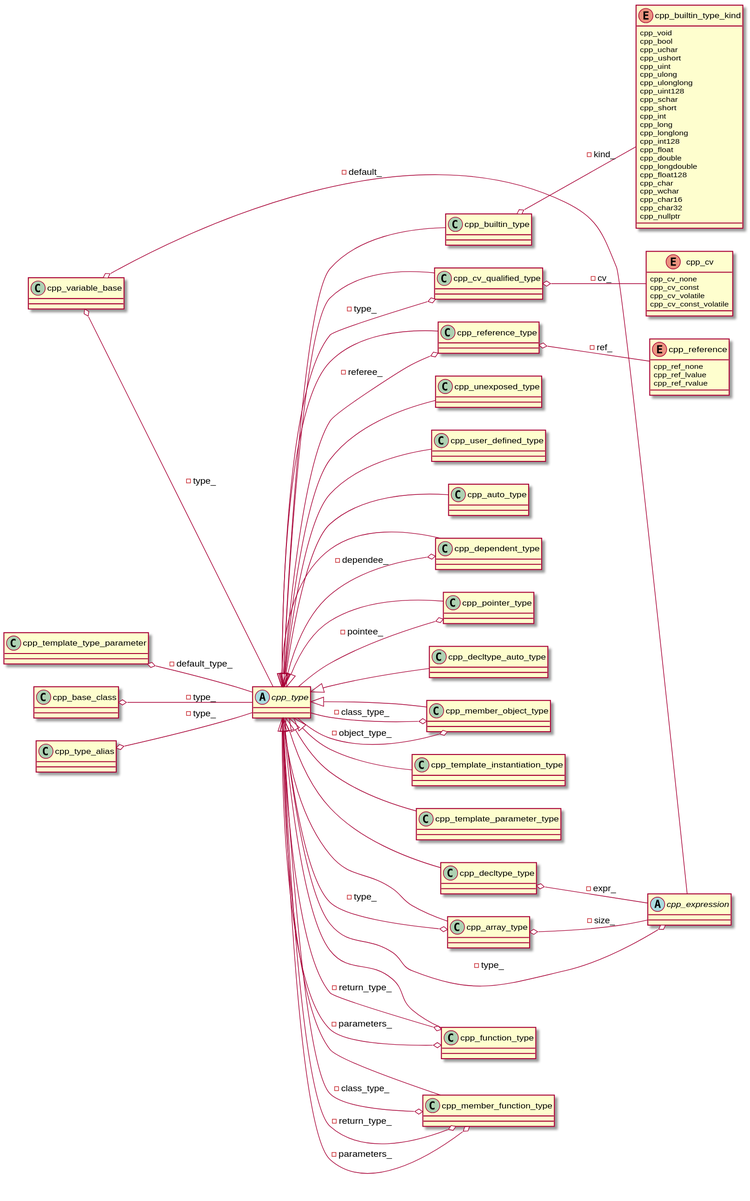
The PlantUML diagram cppast/puml/cpp_type_class_diagram.svg in bkryza/clang-uml-examples, before a commit.
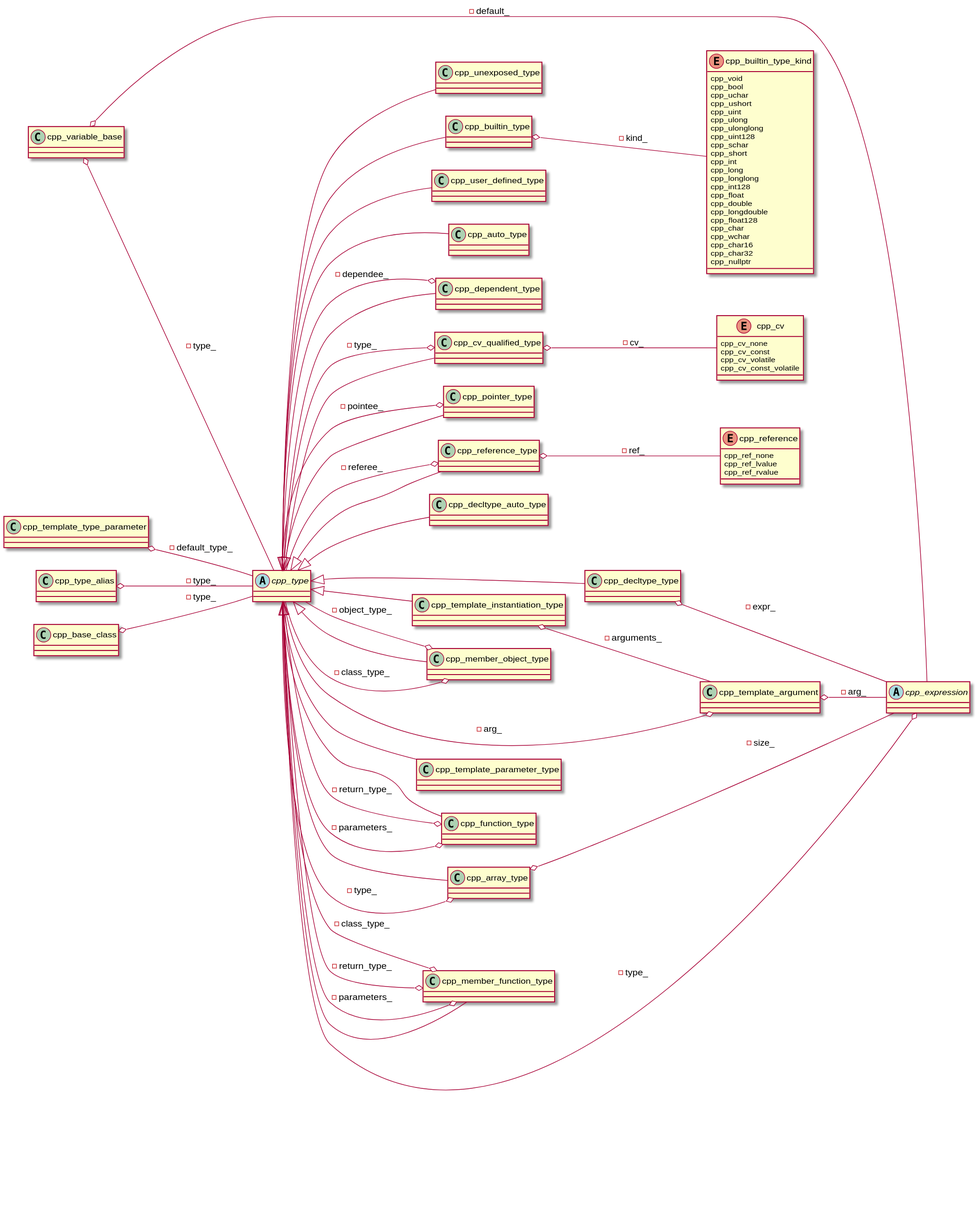
Later version of the same file.

Change to the diagram source:
```diff
@@ -78,6 +78,9 @@
 class "cpp_member_object_type" as C_0000603633382993980808
 class C_0000603633382993980808 [[https://github.com/foonathan/cppast/blob/f00df6675d87c6983033d270728c57a55cd3db22/include/cppast/cppast_fwd.hpp#L53{cpp_member_object_type}]] {
 }
+class "cpp_template_argument" as C_0000701592080768365141
+class C_0000701592080768365141 [[https://github.com/foonathan/cppast/blob/f00df6675d87c6983033d270728c57a55cd3db22/include/cppast/cppast_fwd.hpp#L62{cpp_template_argument}]] {
+}
 class "cpp_template_instantiation_type" as C_0001009421424714355715
 class C_0001009421424714355715 [[https://github.com/foonathan/cppast/blob/f00df6675d87c6983033d270728c57a55cd3db22/include/cppast/cppast_fwd.hpp#L63{cpp_template_instantiation_type}]] {
 }
@@ -127,6 +130,9 @@
 C_0000603633382993980808 o-- C_0001585653041236922459 : -class_type_
 C_0000603633382993980808 o-- C_0001585653041236922459 : -object_type_
 C_0001585653041236922459 <|-- C_0000603633382993980808
+C_0000701592080768365141 o-- C_0001585653041236922459 : -arg_
+C_0000701592080768365141 o-- C_0002228471918600734475 : -arg_
+C_0001009421424714355715 o-- C_0000701592080768365141 : -arguments_
 C_0001585653041236922459 <|-- C_0001009421424714355715
 C_0001184982835175222056 o-- C_0002228471918600734475 : -expr_
 C_0001585653041236922459 <|-- C_0001184982835175222056
```
